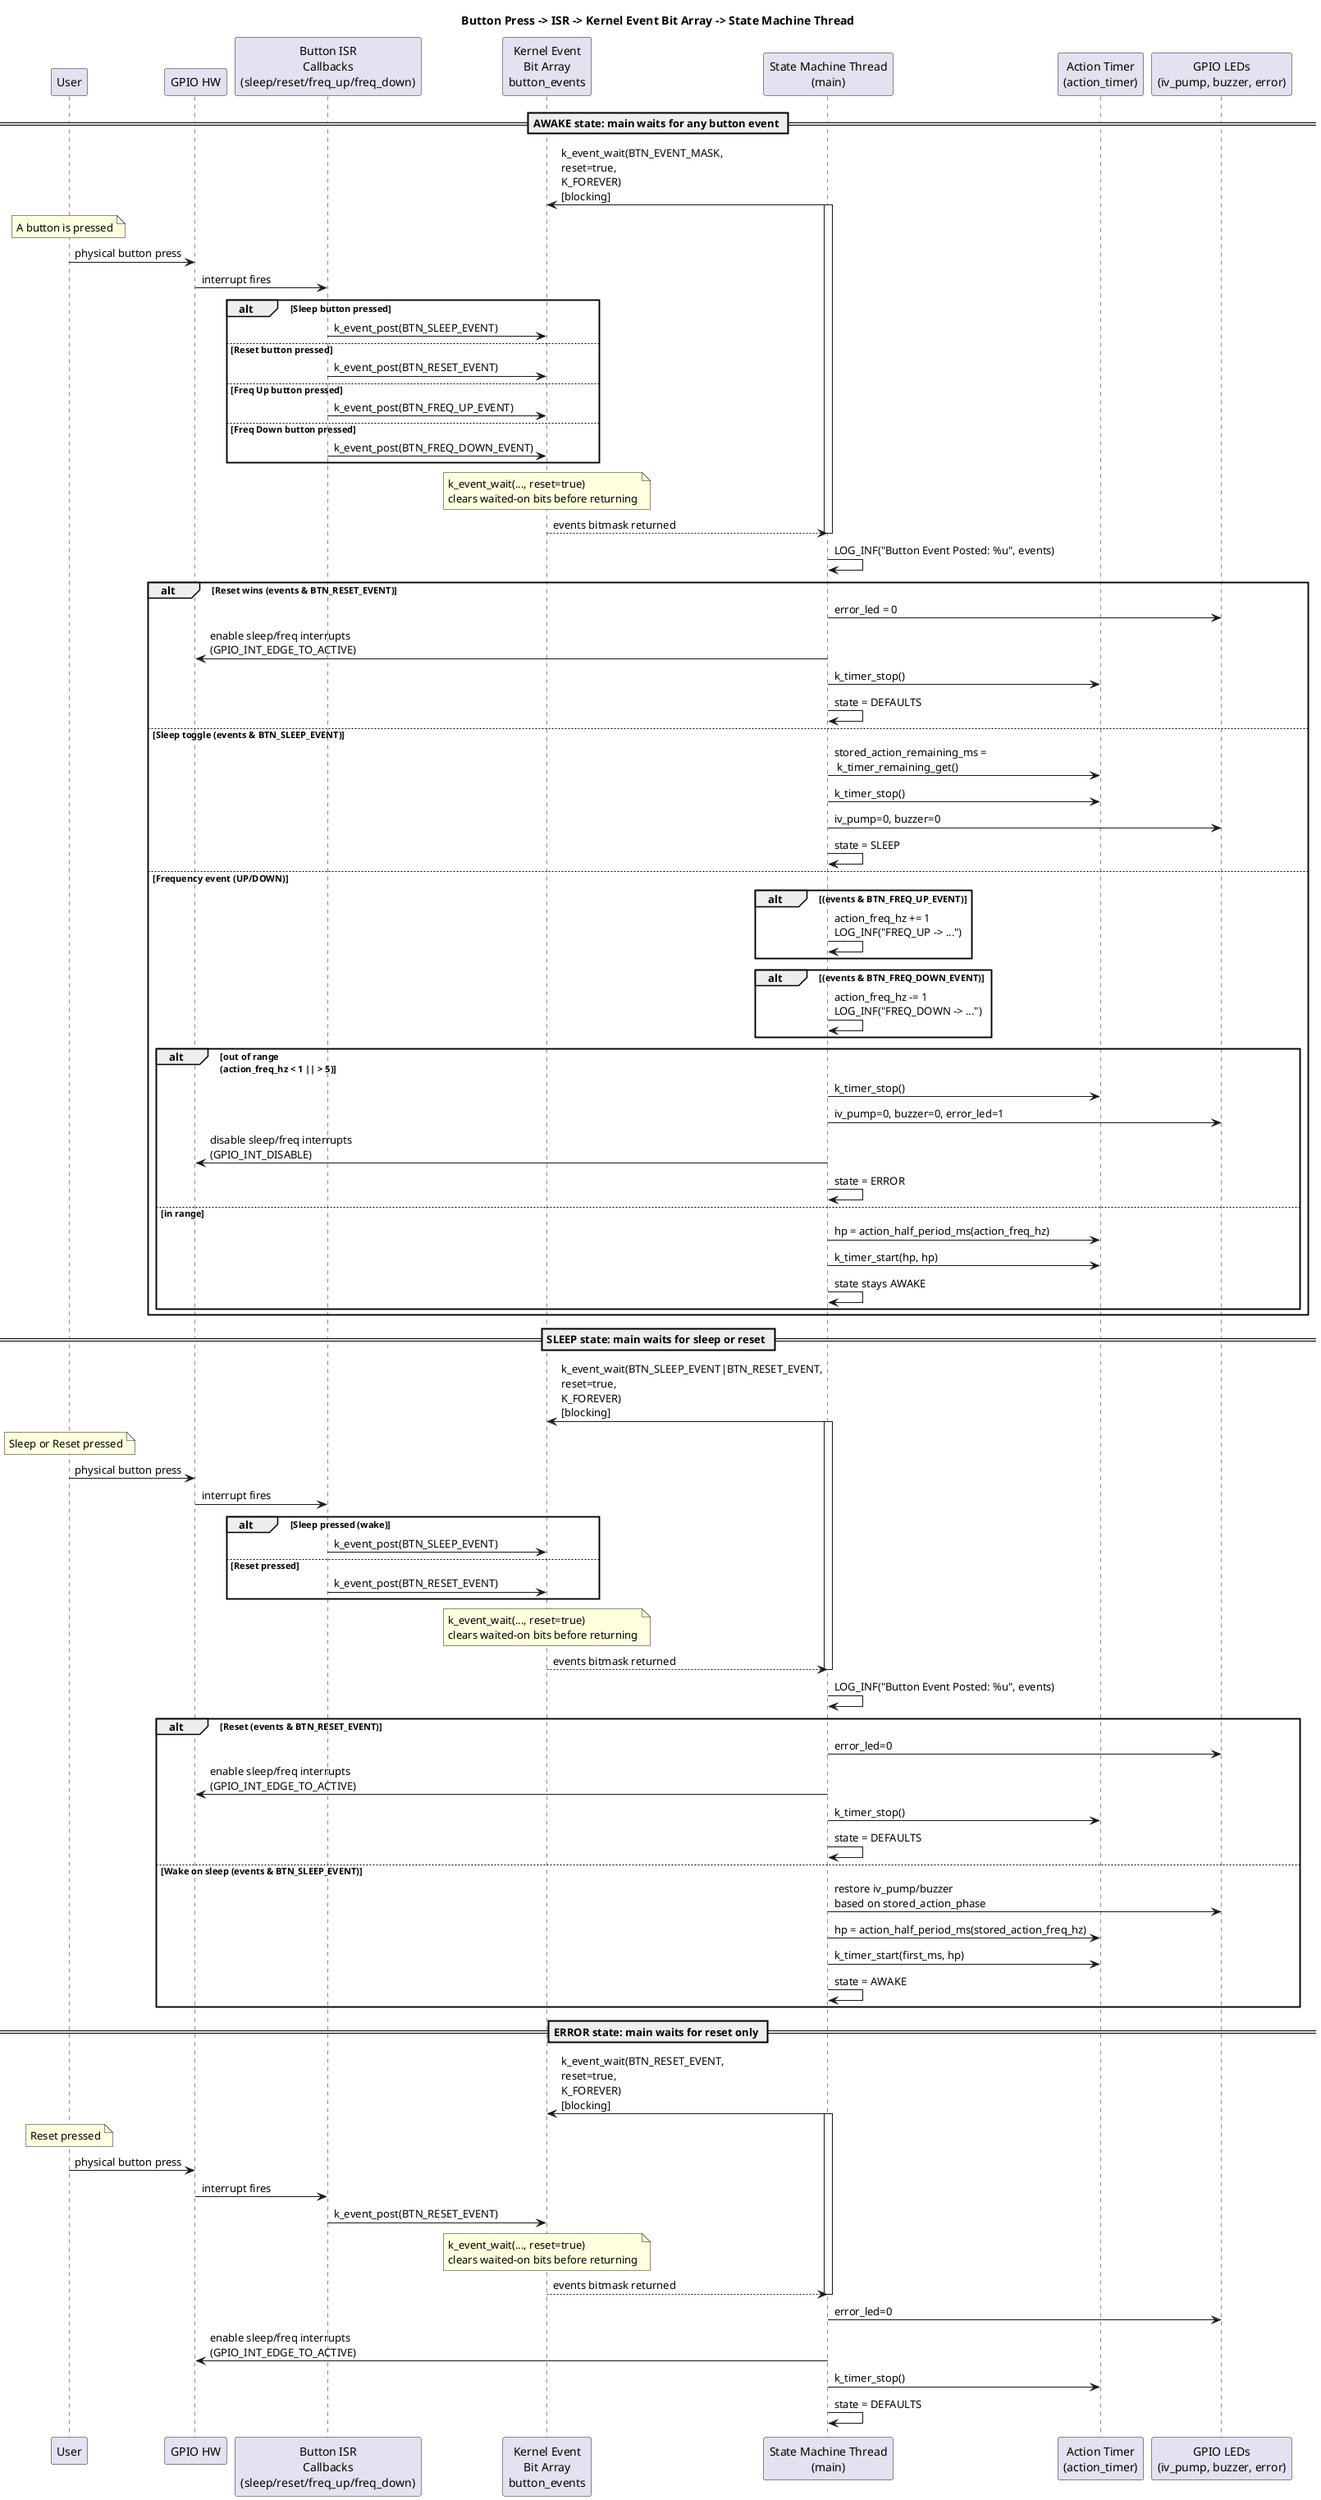
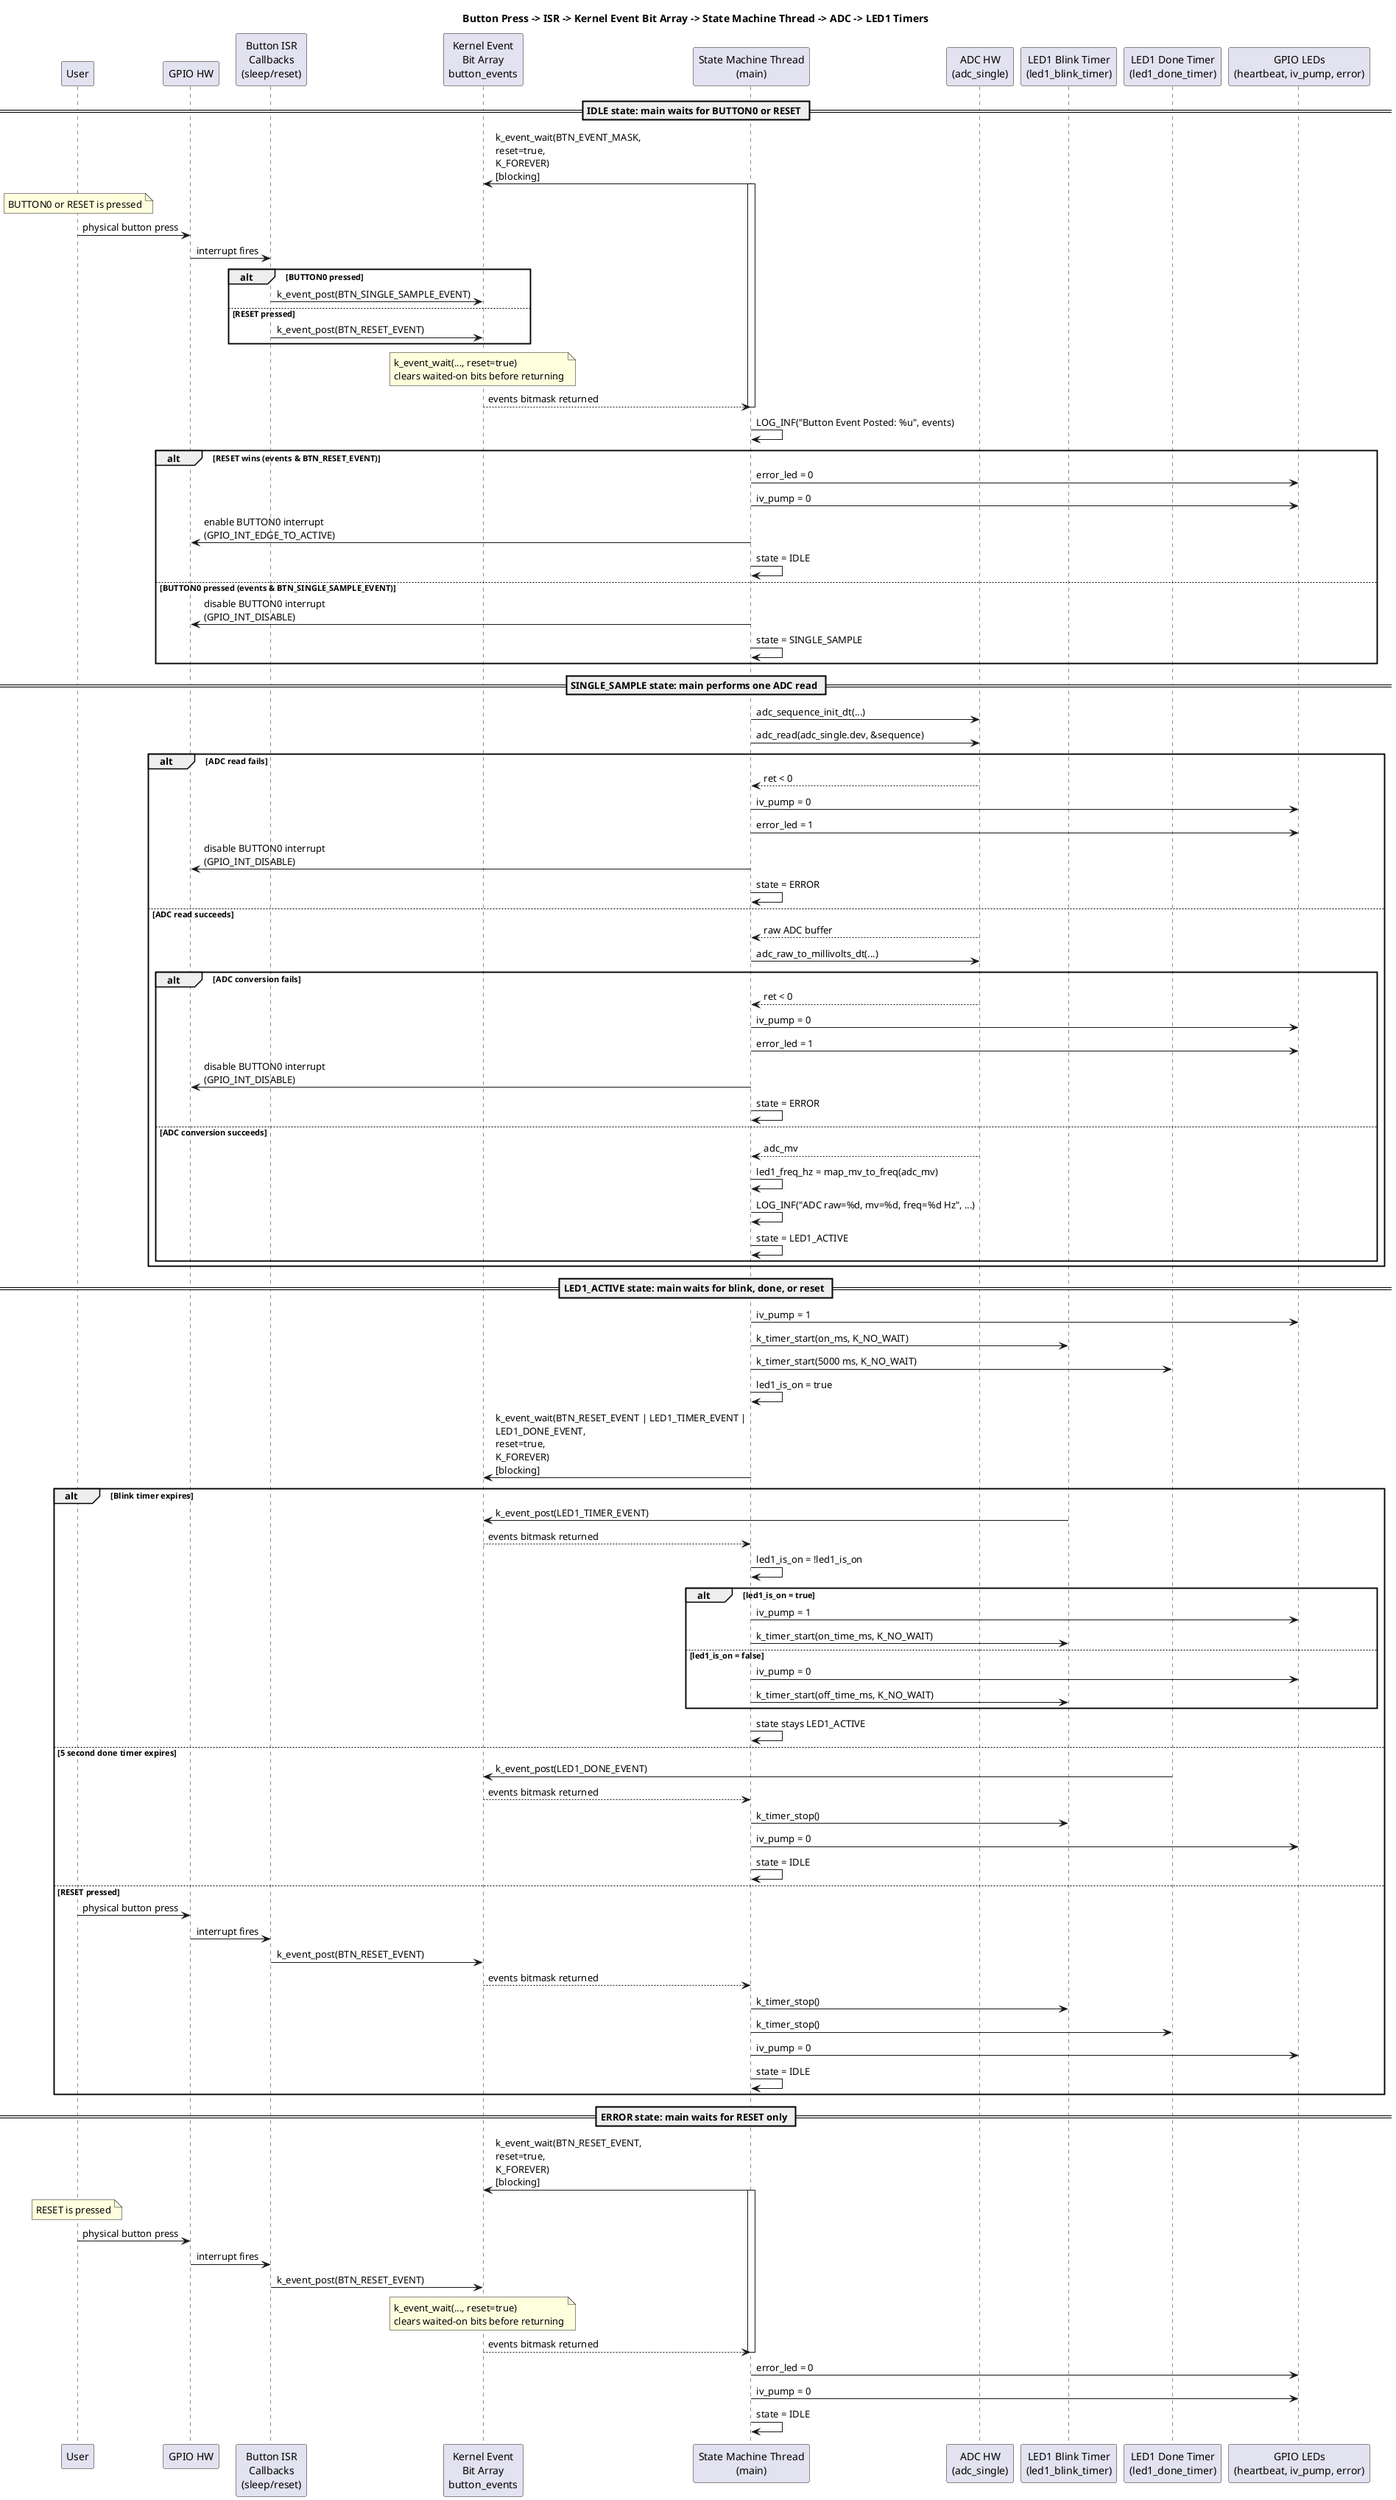
@startuml
- title Button Press -> ISR -> Kernel Event Bit Array -> State Machine Thread
+ title Button Press -> ISR -> Kernel Event Bit Array -> State Machine Thread -> ADC -> LED1 Timers

participant "User" as User
participant "GPIO HW" as GPIO
- participant "Button ISR\nCallbacks\n(sleep/reset/freq_up/freq_down)" as ISR
+ participant "Button ISR\nCallbacks\n(sleep/reset)" as ISR
participant "Kernel Event\nBit Array\nbutton_events" as KEvents
participant "State Machine Thread\n(main)" as Main
- participant "Action Timer\n(action_timer)" as ATimer
- participant "GPIO LEDs\n(iv_pump, buzzer, error)" as LEDs
+ participant "ADC HW\n(adc_single)" as ADC
+ participant "LED1 Blink Timer\n(led1_blink_timer)" as BlinkTimer
+ participant "LED1 Done Timer\n(led1_done_timer)" as DoneTimer
+ participant "GPIO LEDs\n(heartbeat, iv_pump, error)" as LEDs

- == AWAKE state: main waits for any button event ==
+ == IDLE state: main waits for BUTTON0 or RESET ==
Main -> KEvents : k_event_wait(BTN_EVENT_MASK,\nreset=true,\nK_FOREVER)\n[blocking]
activate Main

- note over User : A button is pressed
+ note over User : BUTTON0 or RESET is pressed
User -> GPIO : physical button press
GPIO -> ISR : interrupt fires

- alt Sleep button pressed
-   ISR -> KEvents : k_event_post(BTN_SLEEP_EVENT)
- else Reset button pressed
-   ISR -> KEvents : k_event_post(BTN_RESET_EVENT)
- else Freq Up button pressed
-   ISR -> KEvents : k_event_post(BTN_FREQ_UP_EVENT)
- else Freq Down button pressed
-   ISR -> KEvents : k_event_post(BTN_FREQ_DOWN_EVENT)
- end
- 
- note over KEvents : k_event_wait(..., reset=true)\nclears waited-on bits before returning
- KEvents --> Main : events bitmask returned
- deactivate Main
- 
- Main -> Main : LOG_INF("Button Event Posted: %u", events)
- 
- alt Reset wins (events & BTN_RESET_EVENT)
-   Main -> LEDs : error_led = 0
-   Main -> GPIO : enable sleep/freq interrupts\n(GPIO_INT_EDGE_TO_ACTIVE)
-   Main -> ATimer : k_timer_stop()
-   Main -> Main : state = DEFAULTS
- 
- else Sleep toggle (events & BTN_SLEEP_EVENT)
-   Main -> ATimer : stored_action_remaining_ms =\n k_timer_remaining_get()
-   Main -> ATimer : k_timer_stop()
-   Main -> LEDs : iv_pump=0, buzzer=0
-   Main -> Main : state = SLEEP
- 
- else Frequency event (UP/DOWN)
-   alt (events & BTN_FREQ_UP_EVENT)
-     Main -> Main : action_freq_hz += 1\nLOG_INF("FREQ_UP -> ...")
-   end
-   alt (events & BTN_FREQ_DOWN_EVENT)
-     Main -> Main : action_freq_hz -= 1\nLOG_INF("FREQ_DOWN -> ...")
-   end
- 
-   alt out of range\n(action_freq_hz < 1 || > 5)
-     Main -> ATimer : k_timer_stop()
-     Main -> LEDs : iv_pump=0, buzzer=0, error_led=1
-     Main -> GPIO : disable sleep/freq interrupts\n(GPIO_INT_DISABLE)
-     Main -> Main : state = ERROR
-   else in range
-     Main -> ATimer : hp = action_half_period_ms(action_freq_hz)
-     Main -> ATimer : k_timer_start(hp, hp)
-     Main -> Main : state stays AWAKE
-   end
- end
- 
- == SLEEP state: main waits for sleep or reset ==
- Main -> KEvents : k_event_wait(BTN_SLEEP_EVENT|BTN_RESET_EVENT,\nreset=true,\nK_FOREVER)\n[blocking]
- activate Main
- 
- note over User : Sleep or Reset pressed
- User -> GPIO : physical button press
- GPIO -> ISR : interrupt fires
- 
- alt Sleep pressed (wake)
-   ISR -> KEvents : k_event_post(BTN_SLEEP_EVENT)
- else Reset pressed
+ alt BUTTON0 pressed
+   ISR -> KEvents : k_event_post(BTN_SINGLE_SAMPLE_EVENT)
+ else RESET pressed
  ISR -> KEvents : k_event_post(BTN_RESET_EVENT)
end

note over KEvents : k_event_wait(..., reset=true)\nclears waited-on bits before returning
KEvents --> Main : events bitmask returned
deactivate Main

Main -> Main : LOG_INF("Button Event Posted: %u", events)

- alt Reset (events & BTN_RESET_EVENT)
-   Main -> LEDs : error_led=0
-   Main -> GPIO : enable sleep/freq interrupts\n(GPIO_INT_EDGE_TO_ACTIVE)
-   Main -> ATimer : k_timer_stop()
-   Main -> Main : state = DEFAULTS
+ alt RESET wins (events & BTN_RESET_EVENT)
+   Main -> LEDs : error_led = 0
+   Main -> LEDs : iv_pump = 0
+   Main -> GPIO : enable BUTTON0 interrupt\n(GPIO_INT_EDGE_TO_ACTIVE)
+   Main -> Main : state = IDLE

- else Wake on sleep (events & BTN_SLEEP_EVENT)
-   Main -> LEDs : restore iv_pump/buzzer\nbased on stored_action_phase
-   Main -> ATimer : hp = action_half_period_ms(stored_action_freq_hz)
-   Main -> ATimer : k_timer_start(first_ms, hp)
-   Main -> Main : state = AWAKE
+ else BUTTON0 pressed (events & BTN_SINGLE_SAMPLE_EVENT)
+   Main -> GPIO : disable BUTTON0 interrupt\n(GPIO_INT_DISABLE)
+   Main -> Main : state = SINGLE_SAMPLE
end

- == ERROR state: main waits for reset only ==
+ == SINGLE_SAMPLE state: main performs one ADC read ==
+ activate Main
+ Main -> ADC : adc_sequence_init_dt(...)
+ Main -> ADC : adc_read(adc_single.dev, &sequence)
+ 
+ alt ADC read fails
+   ADC --> Main : ret < 0
+   Main -> LEDs : iv_pump = 0
+   Main -> LEDs : error_led = 1
+   Main -> GPIO : disable BUTTON0 interrupt\n(GPIO_INT_DISABLE)
+   Main -> Main : state = ERROR
+ 
+ else ADC read succeeds
+   ADC --> Main : raw ADC buffer
+   Main -> ADC : adc_raw_to_millivolts_dt(...)
+ 
+   alt ADC conversion fails
+     ADC --> Main : ret < 0
+     Main -> LEDs : iv_pump = 0
+     Main -> LEDs : error_led = 1
+     Main -> GPIO : disable BUTTON0 interrupt\n(GPIO_INT_DISABLE)
+     Main -> Main : state = ERROR
+ 
+   else ADC conversion succeeds
+     ADC --> Main : adc_mv
+     Main -> Main : led1_freq_hz = map_mv_to_freq(adc_mv)
+     Main -> Main : LOG_INF("ADC raw=%d, mv=%d, freq=%d Hz", ...)
+     Main -> Main : state = LED1_ACTIVE
+   end
+ end
+ deactivate Main
+ 
+ == LED1_ACTIVE state: main waits for blink, done, or reset ==
+ activate Main
+ Main -> LEDs : iv_pump = 1
+ Main -> BlinkTimer : k_timer_start(on_ms, K_NO_WAIT)
+ Main -> DoneTimer : k_timer_start(5000 ms, K_NO_WAIT)
+ Main -> Main : led1_is_on = true
+ 
+ Main -> KEvents : k_event_wait(BTN_RESET_EVENT | LED1_TIMER_EVENT |\nLED1_DONE_EVENT,\nreset=true,\nK_FOREVER)\n[blocking]
+ 
+ alt Blink timer expires
+   BlinkTimer -> KEvents : k_event_post(LED1_TIMER_EVENT)
+   KEvents --> Main : events bitmask returned
+ 
+   Main -> Main : led1_is_on = !led1_is_on
+   alt led1_is_on = true
+     Main -> LEDs : iv_pump = 1
+     Main -> BlinkTimer : k_timer_start(on_time_ms, K_NO_WAIT)
+   else led1_is_on = false
+     Main -> LEDs : iv_pump = 0
+     Main -> BlinkTimer : k_timer_start(off_time_ms, K_NO_WAIT)
+   end
+   Main -> Main : state stays LED1_ACTIVE
+ 
+ else 5 second done timer expires
+   DoneTimer -> KEvents : k_event_post(LED1_DONE_EVENT)
+   KEvents --> Main : events bitmask returned
+ 
+   Main -> BlinkTimer : k_timer_stop()
+   Main -> LEDs : iv_pump = 0
+   Main -> Main : state = IDLE
+ 
+ else RESET pressed
+   User -> GPIO : physical button press
+   GPIO -> ISR : interrupt fires
+   ISR -> KEvents : k_event_post(BTN_RESET_EVENT)
+   KEvents --> Main : events bitmask returned
+ 
+   Main -> BlinkTimer : k_timer_stop()
+   Main -> DoneTimer : k_timer_stop()
+   Main -> LEDs : iv_pump = 0
+   Main -> Main : state = IDLE
+ end
+ deactivate Main
+ 
+ == ERROR state: main waits for RESET only ==
Main -> KEvents : k_event_wait(BTN_RESET_EVENT,\nreset=true,\nK_FOREVER)\n[blocking]
activate Main

- note over User : Reset pressed
+ note over User : RESET is pressed
User -> GPIO : physical button press
GPIO -> ISR : interrupt fires
ISR -> KEvents : k_event_post(BTN_RESET_EVENT)

note over KEvents : k_event_wait(..., reset=true)\nclears waited-on bits before returning
KEvents --> Main : events bitmask returned
deactivate Main

- Main -> LEDs : error_led=0
- Main -> GPIO : enable sleep/freq interrupts\n(GPIO_INT_EDGE_TO_ACTIVE)
- Main -> ATimer : k_timer_stop()
- Main -> Main : state = DEFAULTS
+ Main -> LEDs : error_led = 0
+ Main -> LEDs : iv_pump = 0
+ Main -> Main : state = IDLE

@enduml